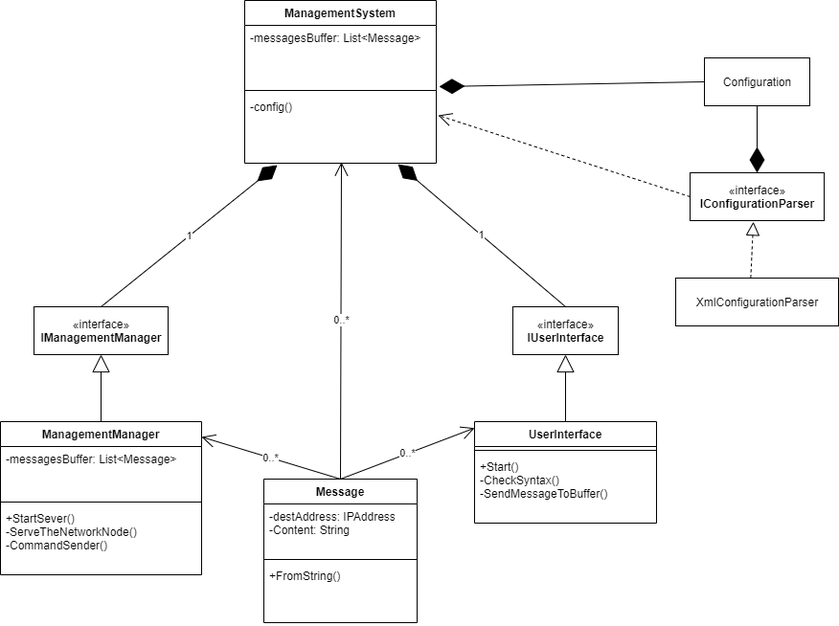
The draw.io diagram ms/docs/architecture.png in sewera/tsst-network, before a commit. Source tidied: cells renumbered, new cells last; positions are measured from the earlier drawing's top-left corner, leaving out a move shared by most shapes.
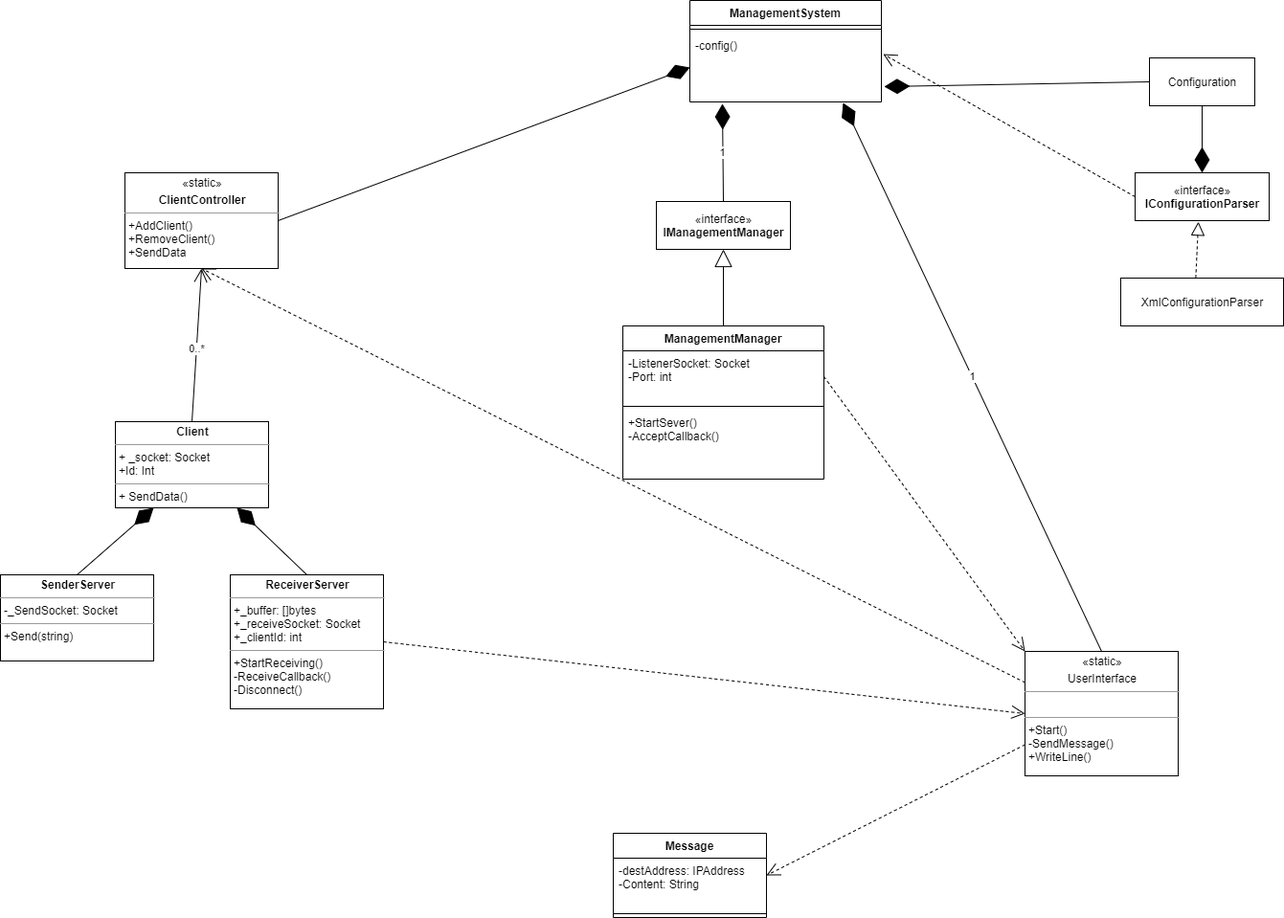
The same file after the commit.

Change to the diagram source:
```diff
@@ -3,65 +3,26 @@
     <mxCell id="0" />
     <mxCell id="1" parent="0" />
     <mxCell id="2" value="«interface»&lt;br&gt;&lt;b&gt;IManagementManager&lt;/b&gt;" style="html=1;" parent="1" vertex="1">
-      <mxGeometry x="35" y="320" width="140" height="50" as="geometry" />
+      <mxGeometry x="220" y="210" width="140" height="50" as="geometry" />
     </mxCell>
-    <mxCell id="3" value="«interface»&lt;br&gt;&lt;b&gt;IUserInterface&lt;/b&gt;" style="html=1;" parent="1" vertex="1">
-      <mxGeometry x="535" y="320" width="110" height="50" as="geometry" />
-    </mxCell>
     <mxCell id="4" style="endArrow=block;endSize=16;endFill=0;html=1;exitX=0.5;exitY=0;exitDx=0;exitDy=0;entryX=0.5;entryY=1;entryDx=0;entryDy=0;" parent="1" edge="1" source="13" target="2">
       <mxGeometry relative="1" as="geometry" />
     </mxCell>
-    <mxCell id="5" style="endArrow=block;endSize=16;endFill=0;html=1;exitX=0.5;exitY=0;exitDx=0;exitDy=0;entryX=0.5;entryY=1;entryDx=0;entryDy=0;" parent="1" edge="1" source="19" target="3">
-      <mxGeometry relative="1" as="geometry" />
-    </mxCell>
-    <mxCell id="6" value="1" style="endArrow=diamondThin;endFill=1;endSize=24;html=1;entryX=0.8;entryY=1.014;entryDx=0;entryDy=0;entryPerimeter=0;exitX=0.5;exitY=0;exitDx=0;exitDy=0;" parent="1" edge="1" source="3" target="12">
+    <mxCell id="6" value="1" style="endArrow=diamondThin;endFill=1;endSize=24;html=1;entryX=0.8;entryY=1.014;entryDx=0;entryDy=0;entryPerimeter=0;exitX=0.5;exitY=0;exitDx=0;exitDy=0;" parent="1" edge="1" source="42" target="12">
       <mxGeometry relative="1" as="geometry" />
     </mxCell>
     <mxCell id="7" value="1" style="endArrow=diamondThin;endFill=1;endSize=24;html=1;entryX=0.17;entryY=1.028;entryDx=0;entryDy=0;exitX=0.5;exitY=0;exitDx=0;exitDy=0;entryPerimeter=0;" parent="1" edge="1" source="2" target="12">
       <mxGeometry relative="1" as="geometry" />
     </mxCell>
-    <mxCell id="8" value="0..*" style="endArrow=open;endFill=1;endSize=12;html=1;exitX=0.5;exitY=0;exitDx=0;exitDy=0;entryX=0.505;entryY=0.986;entryDx=0;entryDy=0;entryPerimeter=0;" parent="1" edge="1" source="29" target="12">
-      <mxGeometry relative="1" as="geometry" />
-    </mxCell>
     <mxCell id="9" value="ManagementSystem" style="swimlane;fontStyle=1;align=center;verticalAlign=top;horizontal=1;startSize=26;" parent="1" vertex="1">
-      <mxGeometry x="255" width="200" height="170" as="geometry" />
+      <mxGeometry x="255" width="200" height="106" as="geometry" />
     </mxCell>
-    <mxCell id="10" value="-messagesBuffer: List&lt;Message&gt;&#10;" style="text;strokeColor=none;fillColor=none;align=left;verticalAlign=top;spacingLeft=4;spacingRight=4;overflow=hidden;points=[[0,0.5],[1,0.5]];portConstraint=eastwest;" parent="9" vertex="1">
-      <mxGeometry y="26" width="200" height="64" as="geometry" />
-    </mxCell>
     <mxCell id="11" style="line;strokeWidth=1;fillColor=none;align=left;verticalAlign=middle;spacingTop=-1;spacingLeft=3;spacingRight=3;labelPosition=right;" parent="9" vertex="1">
-      <mxGeometry y="90" width="200" height="8" as="geometry" />
+      <mxGeometry y="26" width="200" height="8" as="geometry" />
     </mxCell>
     <mxCell id="12" value="-config()&#10;" style="text;strokeColor=none;fillColor=none;align=left;verticalAlign=top;spacingLeft=4;spacingRight=4;overflow=hidden;points=[[0,0.5],[1,0.5]];portConstraint=eastwest;" parent="9" vertex="1">
-      <mxGeometry y="98" width="200" height="72" as="geometry" />
+      <mxGeometry y="34" width="200" height="72" as="geometry" />
     </mxCell>
-    <mxCell id="13" value="ManagementManager" style="swimlane;fontStyle=1;align=center;verticalAlign=top;horizontal=1;startSize=26;" parent="1" vertex="1">
-      <mxGeometry y="440" width="210" height="160" as="geometry" />
-    </mxCell>
-    <mxCell id="14" value="-messagesBuffer: List&lt;Message&gt;" style="text;strokeColor=none;fillColor=none;align=left;verticalAlign=top;spacingLeft=4;spacingRight=4;overflow=hidden;points=[[0,0.5],[1,0.5]];portConstraint=eastwest;" parent="13" vertex="1">
-      <mxGeometry y="26" width="210" height="54" as="geometry" />
-    </mxCell>
-    <mxCell id="15" style="line;strokeWidth=1;fillColor=none;align=left;verticalAlign=middle;spacingTop=-1;spacingLeft=3;spacingRight=3;labelPosition=right;" parent="13" vertex="1">
-      <mxGeometry y="80" width="210" height="8" as="geometry" />
-    </mxCell>
-    <mxCell id="16" value="+StartSever()&#10;-ServeTheNetworkNode()&#10;-CommandSender()" style="text;strokeColor=none;fillColor=none;align=left;verticalAlign=top;spacingLeft=4;spacingRight=4;overflow=hidden;" parent="13" vertex="1">
-      <mxGeometry y="88" width="210" height="72" as="geometry" />
-    </mxCell>
-    <mxCell id="17" value="0..*" style="endArrow=open;endFill=1;endSize=12;html=1;entryX=1;entryY=0.1;entryDx=0;entryDy=0;exitX=0.5;exitY=0;exitDx=0;exitDy=0;entryPerimeter=0;" parent="1" edge="1" source="29" target="13">
-      <mxGeometry relative="1" as="geometry" />
-    </mxCell>
-    <mxCell id="18" value="0..*" style="endArrow=open;endFill=1;endSize=12;html=1;entryX=0;entryY=0.063;entryDx=0;entryDy=0;exitX=0.5;exitY=0;exitDx=0;exitDy=0;entryPerimeter=0;" parent="1" edge="1" source="29" target="19">
-      <mxGeometry relative="1" as="geometry" />
-    </mxCell>
-    <mxCell id="19" value="UserInterface&#10;" style="swimlane;fontStyle=1;align=center;verticalAlign=top;horizontal=1;startSize=26;" parent="1" vertex="1">
-      <mxGeometry x="495" y="440" width="190" height="106" as="geometry" />
-    </mxCell>
-    <mxCell id="20" style="line;strokeWidth=1;fillColor=none;align=left;verticalAlign=middle;spacingTop=-1;spacingLeft=3;spacingRight=3;labelPosition=right;" parent="19" vertex="1">
-      <mxGeometry y="26" width="190" height="8" as="geometry" />
-    </mxCell>
-    <mxCell id="21" value="+Start()&#10;-CheckSyntax()&#10;-SendMessageToBuffer()" style="text;strokeColor=none;fillColor=none;align=left;verticalAlign=top;spacingLeft=4;spacingRight=4;overflow=hidden;" parent="19" vertex="1">
-      <mxGeometry y="34" width="190" height="72" as="geometry" />
-    </mxCell>
     <mxCell id="22" value="Configuration" style="html=1;" parent="1" vertex="1">
       <mxGeometry x="735" y="60" width="110" height="50" as="geometry" />
     </mxCell>
@@ -71,8 +32,10 @@
     <mxCell id="24" value="XmlConfigurationParser" style="html=1;" parent="1" vertex="1">
       <mxGeometry x="705" y="290" width="170" height="50" as="geometry" />
     </mxCell>
-    <mxCell id="25" style="endArrow=diamondThin;endFill=1;endSize=24;html=1;exitX=0;exitY=0.5;exitDx=0;exitDy=0;entryX=1.015;entryY=1;entryDx=0;entryDy=0;entryPerimeter=0;" parent="1" edge="1" source="22" target="10">
-      <mxGeometry relative="1" as="geometry" />
+    <mxCell id="25" style="endArrow=diamondThin;endFill=1;endSize=24;html=1;exitX=0;exitY=0.5;exitDx=0;exitDy=0;entryX=1.015;entryY=1;entryDx=0;entryDy=0;entryPerimeter=0;" parent="1" edge="1" source="22">
+      <mxGeometry relative="1" as="geometry">
+        <mxPoint x="458" y="90" as="targetPoint" />
+      </mxGeometry>
     </mxCell>
     <mxCell id="26" style="endArrow=block;dashed=1;endFill=0;endSize=12;html=1;exitX=0.461;exitY=-0.004;exitDx=0;exitDy=0;exitPerimeter=0;entryX=0.472;entryY=1.023;entryDx=0;entryDy=0;entryPerimeter=0;" parent="1" edge="1" source="24" target="23">
       <mxGeometry relative="1" as="geometry" />
@@ -83,8 +46,41 @@
     <mxCell id="28" style="endArrow=open;endSize=12;dashed=1;html=1;entryX=1.01;entryY=0.306;entryDx=0;entryDy=0;entryPerimeter=0;exitX=0;exitY=0.5;exitDx=0;exitDy=0;" parent="1" edge="1" source="23" target="12">
       <mxGeometry relative="1" as="geometry" />
     </mxCell>
+    <mxCell id="33" value="&lt;p style=&quot;margin: 0px ; margin-top: 4px ; text-align: center&quot;&gt;&lt;b&gt;Client&lt;/b&gt;&lt;/p&gt;&lt;hr size=&quot;1&quot;&gt;&lt;p style=&quot;margin: 0px ; margin-left: 4px&quot;&gt;+ _socket: Socket&lt;/p&gt;&lt;p style=&quot;margin: 0px ; margin-left: 4px&quot;&gt;+Id: Int&lt;/p&gt;&lt;hr size=&quot;1&quot;&gt;&lt;p style=&quot;margin: 0px ; margin-left: 4px&quot;&gt;+ SendData()&lt;/p&gt;" style="verticalAlign=top;align=left;overflow=fill;fontSize=12;fontFamily=Helvetica;html=1;" parent="1" vertex="1">
+      <mxGeometry x="-345" y="440" width="160" height="90" as="geometry" />
+    </mxCell>
+    <mxCell id="34" value="&lt;p style=&quot;margin: 0px ; margin-top: 4px ; text-align: center&quot;&gt;&lt;b&gt;ReceiverServer&lt;/b&gt;&lt;/p&gt;&lt;hr size=&quot;1&quot;&gt;&lt;p style=&quot;margin: 0px ; margin-left: 4px&quot;&gt;+_buffer: []bytes&lt;/p&gt;&lt;p style=&quot;margin: 0px ; margin-left: 4px&quot;&gt;+_receiveSocket: Socket&lt;/p&gt;&lt;p style=&quot;margin: 0px ; margin-left: 4px&quot;&gt;+_clientId: int&lt;/p&gt;&lt;hr size=&quot;1&quot;&gt;&lt;p style=&quot;margin: 0px ; margin-left: 4px&quot;&gt;+StartReceiving()&lt;/p&gt;&lt;p style=&quot;margin: 0px ; margin-left: 4px&quot;&gt;-ReceiveCallback()&lt;/p&gt;&lt;p style=&quot;margin: 0px ; margin-left: 4px&quot;&gt;-Disconnect()&lt;/p&gt;&lt;p style=&quot;margin: 0px ; margin-left: 4px&quot;&gt;&lt;br&gt;&lt;/p&gt;" style="verticalAlign=top;align=left;overflow=fill;fontSize=12;fontFamily=Helvetica;html=1;" parent="1" vertex="1">
+      <mxGeometry x="-225" y="600" width="160" height="140" as="geometry" />
+    </mxCell>
+    <mxCell id="35" style="endArrow=diamondThin;endFill=1;endSize=24;html=1;exitX=0.5;exitY=0;exitDx=0;exitDy=0;" parent="1" edge="1" source="34" target="33">
+      <mxGeometry relative="1" as="geometry" />
+    </mxCell>
+    <mxCell id="36" value="&lt;p style=&quot;margin: 0px ; margin-top: 4px ; text-align: center&quot;&gt;&lt;b&gt;SenderServer&lt;/b&gt;&lt;/p&gt;&lt;hr size=&quot;1&quot;&gt;&lt;p style=&quot;margin: 0px ; margin-left: 4px&quot;&gt;-_SendSocket: Socket&lt;/p&gt;&lt;hr size=&quot;1&quot;&gt;&lt;p style=&quot;margin: 0px ; margin-left: 4px&quot;&gt;+Send(string)&lt;/p&gt;" style="verticalAlign=top;align=left;overflow=fill;fontSize=12;fontFamily=Helvetica;html=1;" parent="1" vertex="1">
+      <mxGeometry x="-465" y="600" width="160" height="90" as="geometry" />
+    </mxCell>
+    <mxCell id="37" style="endArrow=diamondThin;endFill=1;endSize=24;html=1;entryX=0.25;entryY=1;entryDx=0;entryDy=0;exitX=0.5;exitY=0;exitDx=0;exitDy=0;" parent="1" edge="1" source="36" target="33">
+      <mxGeometry relative="1" as="geometry" />
+    </mxCell>
+    <mxCell id="38" value="&lt;p style=&quot;margin: 0px ; margin-top: 4px ; text-align: center&quot;&gt;«static»&lt;b&gt;&lt;br&gt;&lt;/b&gt;&lt;/p&gt;&lt;p style=&quot;margin: 0px ; margin-top: 4px ; text-align: center&quot;&gt;&lt;b&gt;ClientController&lt;/b&gt;&lt;/p&gt;&lt;hr size=&quot;1&quot;&gt;&lt;p style=&quot;margin: 0px ; margin-left: 4px&quot;&gt;&lt;/p&gt;&lt;p style=&quot;margin: 0px ; margin-left: 4px&quot;&gt;+AddClient()&lt;/p&gt;&lt;p style=&quot;margin: 0px ; margin-left: 4px&quot;&gt;+RemoveClient()&lt;/p&gt;&lt;p style=&quot;margin: 0px ; margin-left: 4px&quot;&gt;+SendData&lt;/p&gt;" style="verticalAlign=top;align=left;overflow=fill;fontSize=12;fontFamily=Helvetica;html=1;" parent="1" vertex="1">
+      <mxGeometry x="-335" y="180" width="160" height="100" as="geometry" />
+    </mxCell>
+    <mxCell id="39" style="endArrow=open;endFill=1;endSize=12;html=1;exitX=0.5;exitY=0;exitDx=0;exitDy=0;entryX=0.5;entryY=1;entryDx=0;entryDy=0;" parent="1" edge="1" source="33" target="38">
+      <mxGeometry relative="1" as="geometry" />
+    </mxCell>
+    <mxCell id="40" value="0..*" style="edgeLabel;html=1;align=center;verticalAlign=middle;" parent="39" vertex="1">
+      <mxGeometry x="-0.04" y="1" relative="1" as="geometry" />
+    </mxCell>
+    <mxCell id="41" style="endArrow=diamondThin;endFill=1;endSize=24;html=1;entryX=0;entryY=0.5;entryDx=0;entryDy=0;exitX=1;exitY=0.5;exitDx=0;exitDy=0;" parent="1" edge="1" source="38" target="12">
+      <mxGeometry relative="1" as="geometry" />
+    </mxCell>
+    <mxCell id="42" value="&lt;p style=&quot;margin: 0px ; margin-top: 4px ; text-align: center&quot;&gt;«static»&lt;br&gt;&lt;/p&gt;&lt;p style=&quot;margin: 0px ; margin-top: 4px ; text-align: center&quot;&gt;UserInterface&lt;/p&gt;&lt;hr size=&quot;1&quot;&gt;&lt;p style=&quot;margin: 0px ; margin-left: 4px&quot;&gt;&lt;br&gt;&lt;/p&gt;&lt;hr size=&quot;1&quot;&gt;&lt;p style=&quot;margin: 0px ; margin-left: 4px&quot;&gt;+Start()&lt;/p&gt;&lt;p style=&quot;margin: 0px ; margin-left: 4px&quot;&gt;-SendMessage()&lt;/p&gt;&lt;p style=&quot;margin: 0px ; margin-left: 4px&quot;&gt;+WriteLine()&lt;/p&gt;" style="verticalAlign=top;align=left;overflow=fill;fontSize=12;fontFamily=Helvetica;html=1;" parent="1" vertex="1">
+      <mxGeometry x="605" y="680" width="160" height="130" as="geometry" />
+    </mxCell>
+    <mxCell id="43" style="endArrow=open;endSize=12;dashed=1;html=1;exitX=1;exitY=0.5;exitDx=0;exitDy=0;entryX=0;entryY=0.5;entryDx=0;entryDy=0;" parent="1" edge="1" source="34" target="42">
+      <mxGeometry relative="1" as="geometry" />
+    </mxCell>
     <mxCell id="29" value="Message" style="swimlane;fontStyle=1;align=center;verticalAlign=top;horizontal=1;startSize=26;" parent="1" vertex="1">
-      <mxGeometry x="275" y="500" width="160" height="150" as="geometry" />
+      <mxGeometry x="175" y="870" width="160" height="88" as="geometry" />
     </mxCell>
     <mxCell id="30" value="-destAddress: IPAddress&#10;-Content: String&#10;" style="text;strokeColor=none;fillColor=none;align=left;verticalAlign=top;spacingLeft=4;spacingRight=4;overflow=hidden;" parent="29" vertex="1">
       <mxGeometry y="26" width="160" height="54" as="geometry" />
@@ -92,8 +88,26 @@
     <mxCell id="31" style="line;strokeWidth=1;fillColor=none;align=left;verticalAlign=middle;spacingTop=-1;spacingLeft=3;spacingRight=3;labelPosition=right;" parent="29" vertex="1">
       <mxGeometry y="80" width="160" height="8" as="geometry" />
     </mxCell>
-    <mxCell id="32" value="+FromString()" style="text;strokeColor=none;fillColor=none;align=left;verticalAlign=top;spacingLeft=4;spacingRight=4;overflow=hidden;" parent="29" vertex="1">
-      <mxGeometry y="88" width="160" height="62" as="geometry" />
-    </mxCell>
+    <mxCell id="44" style="endArrow=open;endSize=12;dashed=1;html=1;entryX=0;entryY=0;entryDx=0;entryDy=0;exitX=1;exitY=0.5;exitDx=0;exitDy=0;" parent="1" edge="1" source="14" target="42">
+      <mxGeometry y="-24" relative="1" as="geometry" />
+    </mxCell>
+    <mxCell id="13" value="ManagementManager" style="swimlane;fontStyle=1;align=center;verticalAlign=top;horizontal=1;startSize=26;" parent="1" vertex="1">
+      <mxGeometry x="185" y="340" width="210" height="160" as="geometry" />
+    </mxCell>
+    <mxCell id="14" value="-ListenerSocket: Socket&#10;-Port: int" style="text;strokeColor=none;fillColor=none;align=left;verticalAlign=top;spacingLeft=4;spacingRight=4;overflow=hidden;points=[[0,0.5],[1,0.5]];portConstraint=eastwest;" parent="13" vertex="1">
+      <mxGeometry y="26" width="210" height="54" as="geometry" />
+    </mxCell>
+    <mxCell id="15" style="line;strokeWidth=1;fillColor=none;align=left;verticalAlign=middle;spacingTop=-1;spacingLeft=3;spacingRight=3;labelPosition=right;" parent="13" vertex="1">
+      <mxGeometry y="80" width="210" height="8" as="geometry" />
+    </mxCell>
+    <mxCell id="16" value="+StartSever()&#10;-AcceptCallback()" style="text;strokeColor=none;fillColor=none;align=left;verticalAlign=top;spacingLeft=4;spacingRight=4;overflow=hidden;" parent="13" vertex="1">
+      <mxGeometry y="88" width="210" height="72" as="geometry" />
+    </mxCell>
+    <mxCell id="45" style="endArrow=open;endSize=12;dashed=1;html=1;exitX=0;exitY=0.25;exitDx=0;exitDy=0;entryX=0.5;entryY=1;entryDx=0;entryDy=0;" parent="1" edge="1" source="42" target="38">
+      <mxGeometry relative="1" as="geometry" />
+    </mxCell>
+    <mxCell id="46" style="endArrow=open;endSize=12;dashed=1;html=1;exitX=0;exitY=0.75;exitDx=0;exitDy=0;entryX=1;entryY=0.5;entryDx=0;entryDy=0;" parent="1" edge="1" source="42" target="29">
+      <mxGeometry relative="1" as="geometry" />
+    </mxCell>
   </root>
 </mxGraphModel>
```
